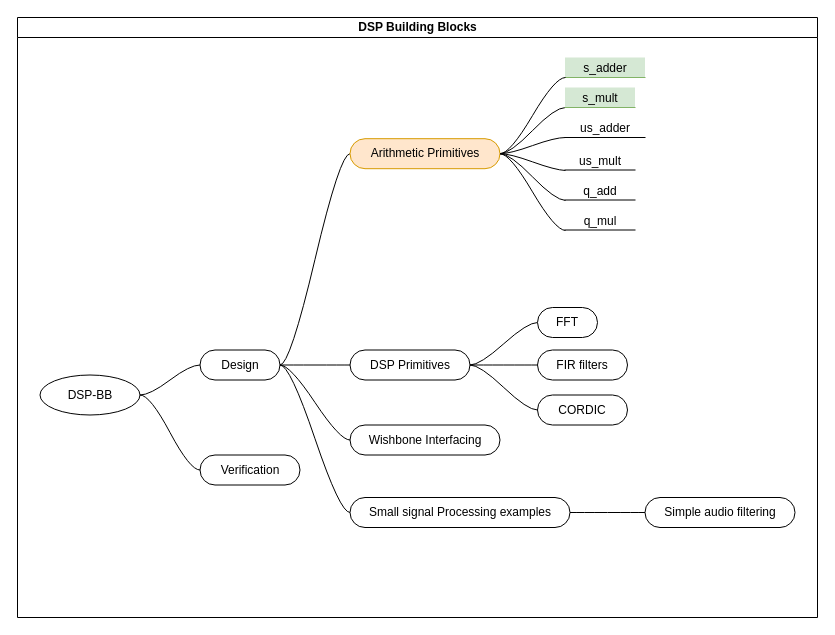
zinka/DSP-BB keeps this draw.io diagram as mindmap.drawio. Above is the earlier version. Source tidied: cells renumbered, new cells numbered last; positions are measured from the earlier drawing's top-left corner, leaving out a move shared by most shapes. Both pictures are drawn from the tidied source at 100%, with x=0, y=0 at pixel (17, 17).
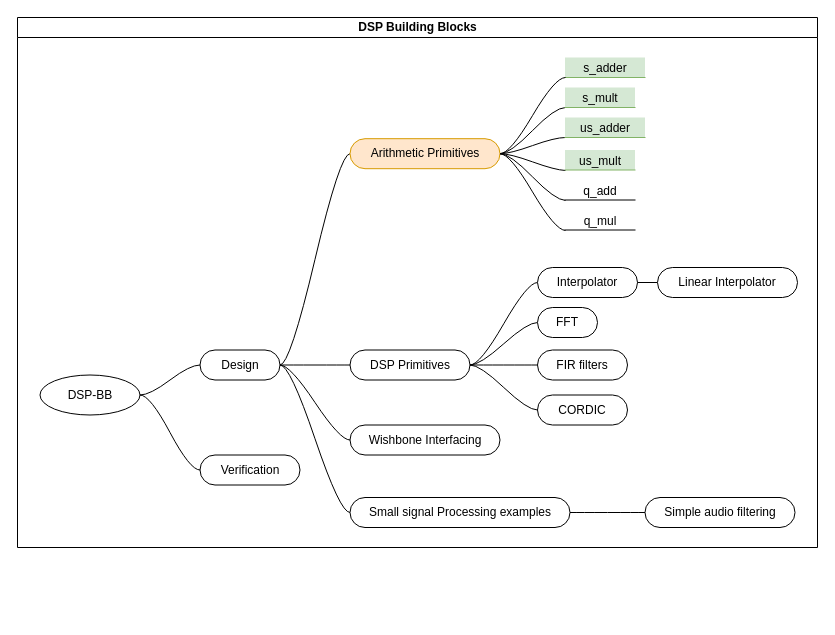
The same diagram, later.

Unchanged cells that the change refers to:
```xml
<mxCell id="10" value="DSP Primitives" style="whiteSpace=wrap;html=1;rounded=1;arcSize=50;align=center;verticalAlign=middle;strokeWidth=1;spacing=4;newEdgeStyle={&quot;edgeStyle&quot;:&quot;entityRelationEdgeStyle&quot;,&quot;startArrow&quot;:&quot;none&quot;,&quot;endArrow&quot;:&quot;none&quot;,&quot;segment&quot;:10,&quot;curved&quot;:1};" parent="2" vertex="1">
  <mxGeometry x="332.5" y="332.5" width="120" height="30" as="geometry" />
</mxCell>
```

What changed in the source:
```diff
@@
     <mxCell id="2" value="DSP Building Blocks" style="swimlane;html=1;startSize=20;horizontal=1;containerType=tree;" parent="1" vertex="1">
-      <mxGeometry width="800" height="600" as="geometry" />
+      <mxGeometry width="800" height="530" as="geometry" />
     </mxCell>
@@
-    <mxCell id="27" value="us_adder" style="whiteSpace=wrap;html=1;shape=partialRectangle;top=0;left=0;bottom=1;right=0;points=[[0,1],[1,1]];fillColor=none;align=center;verticalAlign=bottom;routingCenterY=0.5;snapToPoint=1;newEdgeStyle={&quot;edgeStyle&quot;:&quot;entityRelationEdgeStyle&quot;,&quot;startArrow&quot;:&quot;none&quot;,&quot;endArrow&quot;:&quot;none&quot;,&quot;segment&quot;:10,&quot;curved&quot;:1};" parent="2" vertex="1">
+    <mxCell id="27" value="us_adder" style="whiteSpace=wrap;html=1;shape=partialRectangle;top=0;left=0;bottom=1;right=0;points=[[0,1],[1,1]];fillColor=#d5e8d4;align=center;verticalAlign=bottom;routingCenterY=0.5;snapToPoint=1;newEdgeStyle={&quot;edgeStyle&quot;:&quot;entityRelationEdgeStyle&quot;,&quot;startArrow&quot;:&quot;none&quot;,&quot;endArrow&quot;:&quot;none&quot;,&quot;segment&quot;:10,&quot;curved&quot;:1};strokeColor=#82b366;" parent="2" vertex="1">
       <mxGeometry x="547.5" y="100" width="80" height="20" as="geometry" />
     </mxCell>
@@
-    <mxCell id="31" value="us_mult" style="whiteSpace=wrap;html=1;shape=partialRectangle;top=0;left=0;bottom=1;right=0;points=[[0,1],[1,1]];fillColor=none;align=center;verticalAlign=bottom;routingCenterY=0.5;snapToPoint=1;newEdgeStyle={&quot;edgeStyle&quot;:&quot;entityRelationEdgeStyle&quot;,&quot;startArrow&quot;:&quot;none&quot;,&quot;endArrow&quot;:&quot;none&quot;,&quot;segment&quot;:10,&quot;curved&quot;:1};" parent="2" vertex="1">
+    <mxCell id="31" value="us_mult" style="whiteSpace=wrap;html=1;shape=partialRectangle;top=0;left=0;bottom=1;right=0;points=[[0,1],[1,1]];fillColor=#d5e8d4;align=center;verticalAlign=bottom;routingCenterY=0.5;snapToPoint=1;newEdgeStyle={&quot;edgeStyle&quot;:&quot;entityRelationEdgeStyle&quot;,&quot;startArrow&quot;:&quot;none&quot;,&quot;endArrow&quot;:&quot;none&quot;,&quot;segment&quot;:10,&quot;curved&quot;:1};strokeColor=#82b366;" parent="2" vertex="1">
       <mxGeometry x="547.5" y="132.5" width="70" height="20" as="geometry" />
     </mxCell>
@@
+    <mxCell id="36" style="edgeStyle=entityRelationEdgeStyle;startArrow=none;endArrow=none;segment=10;curved=1;" parent="2" edge="1" source="10" target="37">
+      <mxGeometry relative="1" as="geometry" />
+    </mxCell>
+    <mxCell id="37" value="Interpolator" style="whiteSpace=wrap;html=1;rounded=1;arcSize=50;align=center;verticalAlign=middle;strokeWidth=1;spacing=4;newEdgeStyle={&quot;edgeStyle&quot;:&quot;entityRelationEdgeStyle&quot;,&quot;startArrow&quot;:&quot;none&quot;,&quot;endArrow&quot;:&quot;none&quot;,&quot;segment&quot;:10,&quot;curved&quot;:1};" parent="2" vertex="1">
+      <mxGeometry x="520" y="250" width="100" height="30" as="geometry" />
+    </mxCell>
+    <mxCell id="38" style="edgeStyle=entityRelationEdgeStyle;startArrow=none;endArrow=none;segment=10;curved=1;" parent="2" edge="1" source="37" target="39">
+      <mxGeometry relative="1" as="geometry" />
+    </mxCell>
+    <mxCell id="39" value="Linear Interpolator" style="whiteSpace=wrap;html=1;rounded=1;arcSize=50;align=center;verticalAlign=middle;strokeWidth=1;spacing=4;newEdgeStyle={&quot;edgeStyle&quot;:&quot;entityRelationEdgeStyle&quot;,&quot;startArrow&quot;:&quot;none&quot;,&quot;endArrow&quot;:&quot;none&quot;,&quot;segment&quot;:10,&quot;curved&quot;:1};" parent="2" vertex="1">
+      <mxGeometry x="640" y="250" width="140" height="30" as="geometry" />
+    </mxCell>
```
